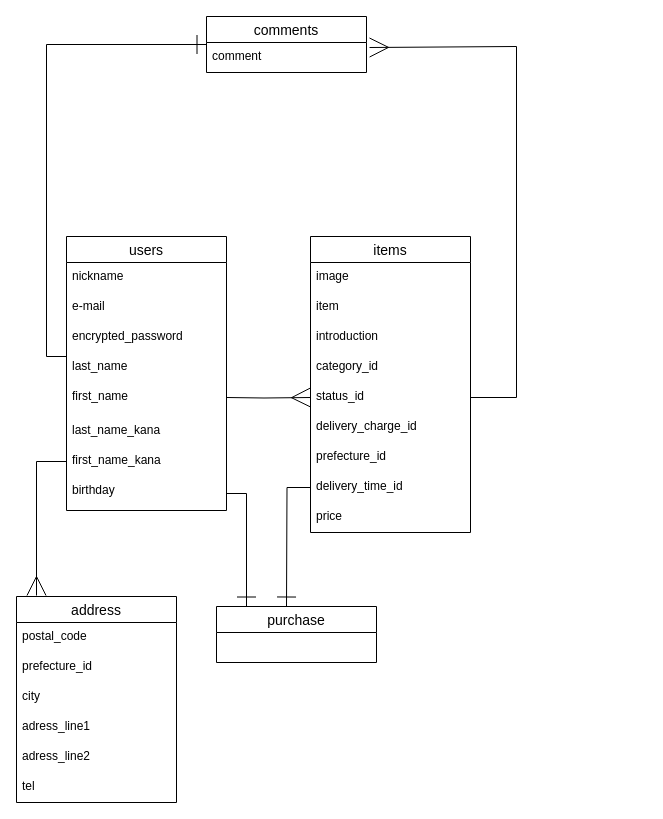
Above: furima-35594.dio in yrkFukushima/furima-35594 (draw.io), before the change. Source tidied: cells renumbered, new cells numbered last; positions are measured from the earlier drawing's top-left corner, leaving out a move shared by most shapes. Both pictures are drawn from the tidied source at 100%, with x=0, y=0 at pixel (16, 16).
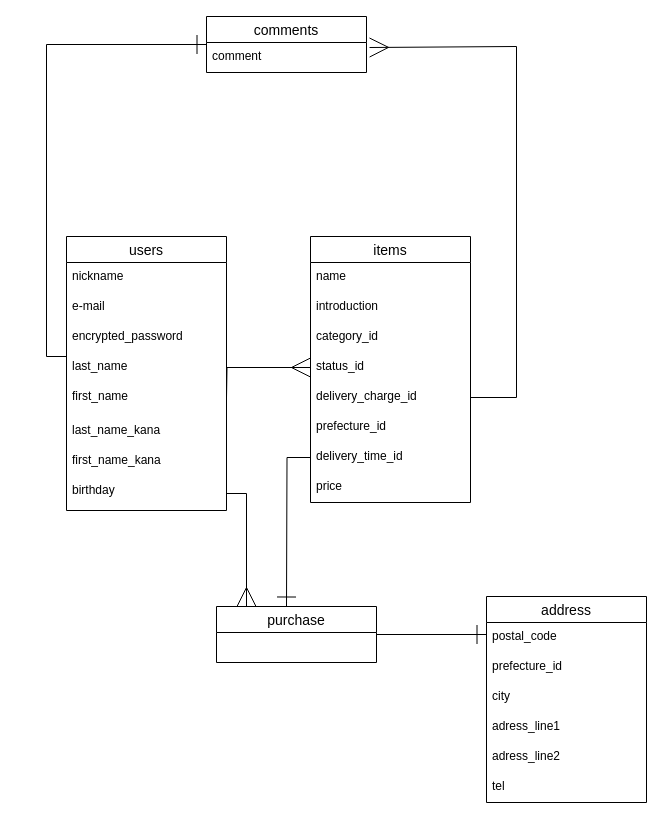
The same page after the edit.

Unchanged cells that the change refers to:
```xml
<mxCell id="9" value="first_name_kana" style="text;strokeColor=none;fillColor=none;spacingLeft=4;spacingRight=4;overflow=hidden;points=[[0,0.5],[1,0.5]];portConstraint=eastwest;fontSize=12;" parent="2" vertex="1">
  <mxGeometry y="210" width="160" height="30" as="geometry" />
</mxCell>
<mxCell id="10" value="birthday" style="text;strokeColor=none;fillColor=none;spacingLeft=4;spacingRight=4;overflow=hidden;points=[[0,0.5],[1,0.5]];portConstraint=eastwest;fontSize=12;" parent="2" vertex="1">
  <mxGeometry y="240" width="160" height="34" as="geometry" />
</mxCell>
```

The edit, as a diff of the source:
```diff
@@
     <mxCell id="11" value="items" style="swimlane;fontStyle=0;horizontal=1;startSize=26;align=center;fontSize=14;" parent="1" vertex="1">
-      <mxGeometry x="294" y="220" width="160" height="296" as="geometry" />
+      <mxGeometry x="294" y="220" width="160" height="266" as="geometry" />
     </mxCell>
-    <mxCell id="12" value="image" style="text;strokeColor=none;fillColor=none;spacingLeft=4;spacingRight=4;overflow=hidden;fontSize=12;" parent="11" vertex="1">
-      <mxGeometry y="26" width="160" height="30" as="geometry" />
-    </mxCell>
-    <mxCell id="13" value="item" style="text;strokeColor=none;fillColor=none;spacingLeft=4;spacingRight=4;overflow=hidden;fontSize=12;" parent="11" vertex="1">
-      <mxGeometry y="56" width="160" height="30" as="geometry" />
+    <mxCell id="13" value="name" style="text;strokeColor=none;fillColor=none;spacingLeft=4;spacingRight=4;overflow=hidden;fontSize=12;" parent="11" vertex="1">
+      <mxGeometry y="26" width="160" height="30" as="geometry" />
     </mxCell>
     <mxCell id="14" value="introduction" style="text;strokeColor=none;fillColor=none;spacingLeft=4;spacingRight=4;overflow=hidden;fontSize=12;" parent="11" vertex="1">
-      <mxGeometry y="86" width="160" height="30" as="geometry" />
+      <mxGeometry y="56" width="160" height="30" as="geometry" />
     </mxCell>
     <mxCell id="15" value="category_id" style="text;strokeColor=none;fillColor=none;spacingLeft=4;spacingRight=4;overflow=hidden;fontSize=12;" parent="11" vertex="1">
-      <mxGeometry y="116" width="160" height="30" as="geometry" />
+      <mxGeometry y="86" width="160" height="30" as="geometry" />
     </mxCell>
     <mxCell id="16" value="status_id" style="text;strokeColor=none;fillColor=none;spacingLeft=4;spacingRight=4;overflow=hidden;points=[[0,0.5],[1,0.5]];portConstraint=eastwest;fontSize=12;" parent="11" vertex="1">
-      <mxGeometry y="146" width="160" height="30" as="geometry" />
+      <mxGeometry y="116" width="160" height="30" as="geometry" />
     </mxCell>
     <mxCell id="17" value="delivery_charge_id" style="text;strokeColor=none;fillColor=none;spacingLeft=4;spacingRight=4;overflow=hidden;fontSize=12;" parent="11" vertex="1">
-      <mxGeometry y="176" width="160" height="30" as="geometry" />
+      <mxGeometry y="146" width="160" height="30" as="geometry" />
     </mxCell>
     <mxCell id="18" value="prefecture_id" style="text;strokeColor=none;fillColor=none;spacingLeft=4;spacingRight=4;overflow=hidden;fontSize=12;" parent="11" vertex="1">
-      <mxGeometry y="206" width="160" height="30" as="geometry" />
+      <mxGeometry y="176" width="160" height="30" as="geometry" />
     </mxCell>
     <mxCell id="19" value="delivery_time_id" style="text;strokeColor=none;fillColor=none;spacingLeft=4;spacingRight=4;overflow=hidden;points=[[0,0.5],[1,0.5]];portConstraint=eastwest;fontSize=12;" parent="11" vertex="1">
-      <mxGeometry y="236" width="160" height="30" as="geometry" />
+      <mxGeometry y="206" width="160" height="30" as="geometry" />
     </mxCell>
     <mxCell id="20" value="price" style="text;strokeColor=none;fillColor=none;spacingLeft=4;spacingRight=4;overflow=hidden;fontSize=12;" parent="11" vertex="1">
-      <mxGeometry y="266" width="160" height="30" as="geometry" />
+      <mxGeometry y="236" width="160" height="30" as="geometry" />
     </mxCell>
@@
-    <mxCell id="27" style="edgeStyle=orthogonalEdgeStyle;rounded=0;jettySize=auto;html=1;entryX=0.5;entryY=0;entryDx=0;entryDy=0;endArrow=ERone;endFill=0;endSize=17;" parent="1" edge="1" source="10">
+    <mxCell id="27" style="edgeStyle=orthogonalEdgeStyle;rounded=0;jettySize=auto;html=1;entryX=0.5;entryY=0;entryDx=0;entryDy=0;endArrow=ERmany;endFill=0;endSize=17;" parent="1" edge="1" source="10">
       <mxGeometry relative="1" as="geometry">
         <mxPoint x="230" y="590" as="targetPoint" />
         <Array as="points">
           <mxPoint x="230" y="477" />
         </Array>
       </mxGeometry>
     </mxCell>
     <mxCell id="28" value="address" style="swimlane;fontStyle=0;horizontal=1;startSize=26;align=center;fontSize=14;" parent="1" vertex="1">
-      <mxGeometry y="580" width="160" height="206" as="geometry" />
+      <mxGeometry x="470" y="580" width="160" height="206" as="geometry" />
     </mxCell>
@@
+    <mxCell id="37" style="edgeStyle=orthogonalEdgeStyle;rounded=0;orthogonalLoop=1;jettySize=auto;html=1;endArrow=ERone;endFill=0;endSize=17;" parent="1" edge="1">
+      <mxGeometry relative="1" as="geometry">
+        <mxPoint x="360" y="618" as="sourcePoint" />
+        <mxPoint x="470" y="618" as="targetPoint" />
+      </mxGeometry>
+    </mxCell>
@@
-    <mxCell id="36" style="edgeStyle=orthogonalEdgeStyle;rounded=0;jettySize=auto;html=1;endArrow=ERmany;endFill=0;endSize=17;" parent="1" edge="1" source="9">
-      <mxGeometry relative="1" as="geometry">
-        <mxPoint x="20" y="579" as="targetPoint" />
-        <Array as="points">
-          <mxPoint x="20" y="445" />
-          <mxPoint x="20" y="579" />
-        </Array>
-      </mxGeometry>
-    </mxCell>
```
